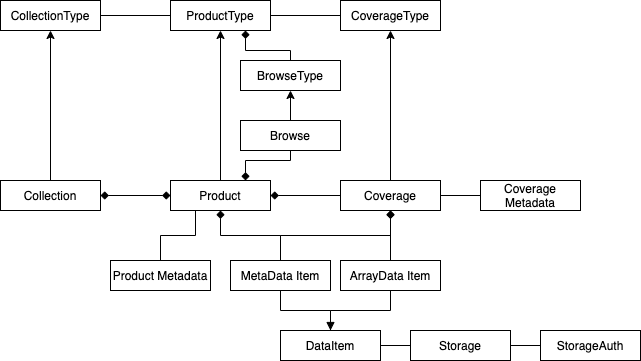
Before: docs/SDD/images/eoepca-rm-da-er.png, a diagram exported from draw.io (EOEPCA/rm-data-access). Source tidied: cells renumbered, new cells last; positions are measured from the earlier drawing's top-left corner, leaving out a move shared by most shapes. Its diagram source:
```xml
<mxGraphModel>
  <root>
    <mxCell id="0" />
    <mxCell id="1" parent="0" />
    <mxCell id="2" style="edgeStyle=entityRelationEdgeStyle;endArrow=ERzeroToMany;startArrow=ERone;endFill=1;startFill=0;" parent="1" edge="1" target="x">
      <mxGeometry relative="1" as="geometry">
        <mxPoint x="300" as="sourcePoint" />
      </mxGeometry>
    </mxCell>
    <mxCell id="3" style="edgeStyle=entityRelationEdgeStyle;endArrow=ERzeroToMany;startArrow=ERone;endFill=1;startFill=0;" parent="1" edge="1" target="x">
      <mxGeometry relative="1" as="geometry">
        <mxPoint x="630" as="sourcePoint" />
      </mxGeometry>
    </mxCell>
    <mxCell id="4" style="edgeStyle=orthogonalEdgeStyle;rounded=0;jettySize=auto;html=1;exitX=0;exitY=0.5;exitDx=0;exitDy=0;entryX=1;entryY=0.5;entryDx=0;entryDy=0;endArrow=diamond;endFill=1;startArrow=diamond;startFill=1;" parent="1" edge="1" source="6" target="12">
      <mxGeometry relative="1" as="geometry" />
    </mxCell>
    <mxCell id="5" style="edgeStyle=orthogonalEdgeStyle;rounded=0;jettySize=auto;html=1;startArrow=classic;startFill=1;endArrow=none;endFill=0;entryX=0.5;entryY=0;entryDx=0;entryDy=0;" parent="1" edge="1" source="21" target="6">
      <mxGeometry relative="1" as="geometry" />
    </mxCell>
    <mxCell id="6" value="Product" style="rounded=0;whiteSpace=wrap;html=1;" parent="1" vertex="1">
      <mxGeometry x="170" y="215" width="100" height="30" as="geometry" />
    </mxCell>
    <mxCell id="7" style="edgeStyle=orthogonalEdgeStyle;rounded=0;jettySize=auto;html=1;exitX=0.5;exitY=0;exitDx=0;exitDy=0;entryX=0.5;entryY=1;entryDx=0;entryDy=0;endArrow=diamond;endFill=1;" parent="1" edge="1" source="14" target="10">
      <mxGeometry relative="1" as="geometry" />
    </mxCell>
    <mxCell id="8" style="edgeStyle=orthogonalEdgeStyle;rounded=0;jettySize=auto;html=1;exitX=0;exitY=0.5;exitDx=0;exitDy=0;entryX=1;entryY=0.5;entryDx=0;entryDy=0;endArrow=diamond;endFill=1;" parent="1" edge="1" source="10" target="6">
      <mxGeometry relative="1" as="geometry" />
    </mxCell>
    <mxCell id="9" style="edgeStyle=orthogonalEdgeStyle;rounded=0;jettySize=auto;html=1;exitX=0.5;exitY=1;exitDx=0;exitDy=0;entryX=0.5;entryY=0;entryDx=0;entryDy=0;startArrow=classic;startFill=1;endArrow=none;endFill=0;" parent="1" edge="1" source="23" target="10">
      <mxGeometry relative="1" as="geometry" />
    </mxCell>
    <mxCell id="10" value="Coverage" style="rounded=0;whiteSpace=wrap;html=1;" parent="1" vertex="1">
      <mxGeometry x="340" y="215" width="100" height="30" as="geometry" />
    </mxCell>
    <mxCell id="11" style="edgeStyle=orthogonalEdgeStyle;rounded=0;jettySize=auto;html=1;exitX=0.5;exitY=1;exitDx=0;exitDy=0;entryX=0.5;entryY=0;entryDx=0;entryDy=0;startArrow=classic;startFill=1;endArrow=none;endFill=0;" parent="1" edge="1" source="24" target="12">
      <mxGeometry relative="1" as="geometry" />
    </mxCell>
    <mxCell id="12" value="Collection" style="rounded=0;whiteSpace=wrap;html=1;" parent="1" vertex="1">
      <mxGeometry y="215" width="100" height="30" as="geometry" />
    </mxCell>
    <mxCell id="13" style="edgeStyle=orthogonalEdgeStyle;rounded=0;jettySize=auto;html=1;exitX=0.5;exitY=1;exitDx=0;exitDy=0;entryX=0.5;entryY=0;entryDx=0;entryDy=0;startArrow=none;startFill=0;endArrow=block;endFill=1;" parent="1" edge="1" source="14" target="34">
      <mxGeometry relative="1" as="geometry" />
    </mxCell>
    <mxCell id="14" value="ArrayData Item" style="rounded=0;whiteSpace=wrap;html=1;" parent="1" vertex="1">
      <mxGeometry x="340" y="295" width="100" height="30" as="geometry" />
    </mxCell>
    <mxCell id="15" style="edgeStyle=orthogonalEdgeStyle;rounded=0;jettySize=auto;html=1;entryX=0.5;entryY=1;entryDx=0;entryDy=0;endArrow=diamond;endFill=1;exitX=0.5;exitY=0;exitDx=0;exitDy=0;" parent="1" edge="1" source="18" target="10">
      <mxGeometry relative="1" as="geometry" />
    </mxCell>
    <mxCell id="16" style="edgeStyle=orthogonalEdgeStyle;rounded=0;jettySize=auto;html=1;exitX=0.5;exitY=0;exitDx=0;exitDy=0;entryX=0.5;entryY=1;entryDx=0;entryDy=0;endArrow=diamond;endFill=1;" parent="1" edge="1" source="18" target="6">
      <mxGeometry relative="1" as="geometry" />
    </mxCell>
    <mxCell id="17" style="edgeStyle=orthogonalEdgeStyle;rounded=0;jettySize=auto;html=1;exitX=0.5;exitY=1;exitDx=0;exitDy=0;startArrow=none;startFill=0;endArrow=none;endFill=0;" parent="1" edge="1" source="18">
      <mxGeometry relative="1" as="geometry">
        <mxPoint x="330" y="365" as="targetPoint" />
      </mxGeometry>
    </mxCell>
    <mxCell id="18" value="MetaData Item" style="rounded=0;whiteSpace=wrap;html=1;" parent="1" vertex="1">
      <mxGeometry x="230" y="295" width="100" height="30" as="geometry" />
    </mxCell>
    <mxCell id="19" style="edgeStyle=orthogonalEdgeStyle;rounded=0;jettySize=auto;html=1;exitX=0;exitY=0.5;exitDx=0;exitDy=0;entryX=1;entryY=0.5;entryDx=0;entryDy=0;startArrow=none;startFill=0;endArrow=none;endFill=0;" parent="1" edge="1" source="21" target="24">
      <mxGeometry relative="1" as="geometry" />
    </mxCell>
    <mxCell id="20" style="edgeStyle=orthogonalEdgeStyle;rounded=0;jettySize=auto;html=1;exitX=0.75;exitY=1;exitDx=0;exitDy=0;entryX=0.5;entryY=0;entryDx=0;entryDy=0;startArrow=diamond;startFill=1;endArrow=none;endFill=0;" parent="1" edge="1" source="21" target="28">
      <mxGeometry relative="1" as="geometry" />
    </mxCell>
    <mxCell id="21" value="ProductType" style="rounded=0;whiteSpace=wrap;html=1;" parent="1" vertex="1">
      <mxGeometry x="170" y="35" width="100" height="30" as="geometry" />
    </mxCell>
    <mxCell id="22" style="edgeStyle=orthogonalEdgeStyle;rounded=0;jettySize=auto;html=1;exitX=0;exitY=0.5;exitDx=0;exitDy=0;entryX=1;entryY=0.5;entryDx=0;entryDy=0;startArrow=none;startFill=0;endArrow=none;endFill=0;" parent="1" edge="1" source="23" target="21">
      <mxGeometry relative="1" as="geometry" />
    </mxCell>
    <mxCell id="23" value="CoverageType" style="rounded=0;whiteSpace=wrap;html=1;" parent="1" vertex="1">
      <mxGeometry x="340" y="35" width="100" height="30" as="geometry" />
    </mxCell>
    <mxCell id="24" value="CollectionType" style="rounded=0;whiteSpace=wrap;html=1;" parent="1" vertex="1">
      <mxGeometry y="35" width="100" height="30" as="geometry" />
    </mxCell>
    <mxCell id="25" style="edgeStyle=orthogonalEdgeStyle;rounded=0;jettySize=auto;html=1;exitX=0.5;exitY=1;exitDx=0;exitDy=0;entryX=0.5;entryY=0;entryDx=0;entryDy=0;startArrow=classic;startFill=1;endArrow=none;endFill=0;" parent="1" edge="1" source="28" target="27">
      <mxGeometry relative="1" as="geometry" />
    </mxCell>
    <mxCell id="26" style="edgeStyle=orthogonalEdgeStyle;rounded=0;jettySize=auto;html=1;exitX=0.75;exitY=0;exitDx=0;exitDy=0;entryX=0.5;entryY=1;entryDx=0;entryDy=0;startArrow=diamond;startFill=1;endArrow=none;endFill=0;" parent="1" edge="1" source="6" target="27">
      <mxGeometry relative="1" as="geometry" />
    </mxCell>
    <mxCell id="27" value="Browse" style="rounded=0;whiteSpace=wrap;html=1;" parent="1" vertex="1">
      <mxGeometry x="240" y="155" width="100" height="30" as="geometry" />
    </mxCell>
    <mxCell id="28" value="BrowseType" style="rounded=0;whiteSpace=wrap;html=1;" parent="1" vertex="1">
      <mxGeometry x="240" y="95" width="100" height="30" as="geometry" />
    </mxCell>
    <mxCell id="29" style="edgeStyle=orthogonalEdgeStyle;rounded=0;jettySize=auto;html=1;exitX=0;exitY=0.5;exitDx=0;exitDy=0;entryX=1;entryY=0.5;entryDx=0;entryDy=0;startArrow=none;startFill=0;endArrow=none;endFill=0;" parent="1" edge="1" source="30" target="10">
      <mxGeometry relative="1" as="geometry" />
    </mxCell>
    <mxCell id="30" value="Coverage Metadata" style="rounded=0;whiteSpace=wrap;html=1;" parent="1" vertex="1">
      <mxGeometry x="480" y="215" width="100" height="30" as="geometry" />
    </mxCell>
    <mxCell id="31" style="edgeStyle=orthogonalEdgeStyle;rounded=0;jettySize=auto;html=1;exitX=0.5;exitY=0;exitDx=0;exitDy=0;entryX=0.25;entryY=1;entryDx=0;entryDy=0;startArrow=none;startFill=0;endArrow=none;endFill=0;" parent="1" edge="1" source="32" target="6">
      <mxGeometry relative="1" as="geometry" />
    </mxCell>
    <mxCell id="32" value="Product Metadata" style="rounded=0;whiteSpace=wrap;html=1;" parent="1" vertex="1">
      <mxGeometry x="110" y="295" width="100" height="30" as="geometry" />
    </mxCell>
    <mxCell id="33" style="edgeStyle=orthogonalEdgeStyle;rounded=0;jettySize=auto;html=1;exitX=1;exitY=0.5;exitDx=0;exitDy=0;entryX=0;entryY=0.5;entryDx=0;entryDy=0;startArrow=none;startFill=0;endArrow=none;endFill=0;" parent="1" edge="1" source="34" target="36">
      <mxGeometry relative="1" as="geometry" />
    </mxCell>
    <mxCell id="34" value="DataItem" style="rounded=0;whiteSpace=wrap;html=1;" parent="1" vertex="1">
      <mxGeometry x="280" y="365" width="100" height="30" as="geometry" />
    </mxCell>
    <mxCell id="35" style="edgeStyle=orthogonalEdgeStyle;rounded=0;jettySize=auto;html=1;exitX=1;exitY=0.5;exitDx=0;exitDy=0;entryX=0;entryY=0.5;entryDx=0;entryDy=0;startArrow=none;startFill=0;endArrow=none;endFill=0;" parent="1" edge="1" source="36" target="37">
      <mxGeometry relative="1" as="geometry" />
    </mxCell>
    <mxCell id="36" value="Storage" style="rounded=0;whiteSpace=wrap;html=1;" parent="1" vertex="1">
      <mxGeometry x="410" y="365" width="100" height="30" as="geometry" />
    </mxCell>
    <mxCell id="37" value="StorageAuth" style="rounded=0;whiteSpace=wrap;html=1;" parent="1" vertex="1">
      <mxGeometry x="540" y="365" width="100" height="30" as="geometry" />
    </mxCell>
  </root>
</mxGraphModel>
```
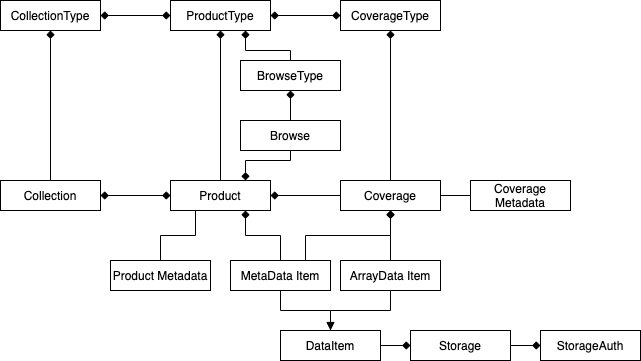
Later version of the same file.

Diff of the diagram source:
```diff
@@ -15,7 +15,7 @@
     <mxCell id="4" style="edgeStyle=orthogonalEdgeStyle;rounded=0;jettySize=auto;html=1;exitX=0;exitY=0.5;exitDx=0;exitDy=0;entryX=1;entryY=0.5;entryDx=0;entryDy=0;endArrow=diamond;endFill=1;startArrow=diamond;startFill=1;" parent="1" edge="1" source="6" target="12">
       <mxGeometry relative="1" as="geometry" />
     </mxCell>
-    <mxCell id="5" style="edgeStyle=orthogonalEdgeStyle;rounded=0;jettySize=auto;html=1;startArrow=classic;startFill=1;endArrow=none;endFill=0;entryX=0.5;entryY=0;entryDx=0;entryDy=0;" parent="1" edge="1" source="21" target="6">
+    <mxCell id="5" style="edgeStyle=orthogonalEdgeStyle;rounded=0;jettySize=auto;html=1;startArrow=diamond;startFill=1;endArrow=none;endFill=0;entryX=0.5;entryY=0;entryDx=0;entryDy=0;" parent="1" edge="1" source="21" target="6">
       <mxGeometry relative="1" as="geometry" />
     </mxCell>
     <mxCell id="6" value="Product" style="rounded=0;whiteSpace=wrap;html=1;" parent="1" vertex="1">
@@ -27,13 +27,13 @@
     <mxCell id="8" style="edgeStyle=orthogonalEdgeStyle;rounded=0;jettySize=auto;html=1;exitX=0;exitY=0.5;exitDx=0;exitDy=0;entryX=1;entryY=0.5;entryDx=0;entryDy=0;endArrow=diamond;endFill=1;" parent="1" edge="1" source="10" target="6">
       <mxGeometry relative="1" as="geometry" />
     </mxCell>
-    <mxCell id="9" style="edgeStyle=orthogonalEdgeStyle;rounded=0;jettySize=auto;html=1;exitX=0.5;exitY=1;exitDx=0;exitDy=0;entryX=0.5;entryY=0;entryDx=0;entryDy=0;startArrow=classic;startFill=1;endArrow=none;endFill=0;" parent="1" edge="1" source="23" target="10">
+    <mxCell id="9" style="edgeStyle=orthogonalEdgeStyle;rounded=0;jettySize=auto;html=1;exitX=0.5;exitY=1;exitDx=0;exitDy=0;entryX=0.5;entryY=0;entryDx=0;entryDy=0;startArrow=diamond;startFill=1;endArrow=none;endFill=0;" parent="1" edge="1" source="23" target="10">
       <mxGeometry relative="1" as="geometry" />
     </mxCell>
     <mxCell id="10" value="Coverage" style="rounded=0;whiteSpace=wrap;html=1;" parent="1" vertex="1">
       <mxGeometry x="340" y="215" width="100" height="30" as="geometry" />
     </mxCell>
-    <mxCell id="11" style="edgeStyle=orthogonalEdgeStyle;rounded=0;jettySize=auto;html=1;exitX=0.5;exitY=1;exitDx=0;exitDy=0;entryX=0.5;entryY=0;entryDx=0;entryDy=0;startArrow=classic;startFill=1;endArrow=none;endFill=0;" parent="1" edge="1" source="24" target="12">
+    <mxCell id="11" style="edgeStyle=orthogonalEdgeStyle;rounded=0;jettySize=auto;html=1;exitX=0.5;exitY=1;exitDx=0;exitDy=0;entryX=0.5;entryY=0;entryDx=0;entryDy=0;startArrow=diamond;startFill=1;endArrow=none;endFill=0;" parent="1" edge="1" source="24" target="12">
       <mxGeometry relative="1" as="geometry" />
     </mxCell>
     <mxCell id="12" value="Collection" style="rounded=0;whiteSpace=wrap;html=1;" parent="1" vertex="1">
@@ -45,10 +45,10 @@
     <mxCell id="14" value="ArrayData Item" style="rounded=0;whiteSpace=wrap;html=1;" parent="1" vertex="1">
       <mxGeometry x="340" y="295" width="100" height="30" as="geometry" />
     </mxCell>
-    <mxCell id="15" style="edgeStyle=orthogonalEdgeStyle;rounded=0;jettySize=auto;html=1;entryX=0.5;entryY=1;entryDx=0;entryDy=0;endArrow=diamond;endFill=1;exitX=0.5;exitY=0;exitDx=0;exitDy=0;" parent="1" edge="1" source="18" target="10">
+    <mxCell id="15" style="edgeStyle=orthogonalEdgeStyle;rounded=0;jettySize=auto;html=1;entryX=0.5;entryY=1;entryDx=0;entryDy=0;endArrow=diamond;endFill=1;exitX=0.75;exitY=0;exitDx=0;exitDy=0;" parent="1" edge="1" source="18" target="10">
       <mxGeometry relative="1" as="geometry" />
     </mxCell>
-    <mxCell id="16" style="edgeStyle=orthogonalEdgeStyle;rounded=0;jettySize=auto;html=1;exitX=0.5;exitY=0;exitDx=0;exitDy=0;entryX=0.5;entryY=1;entryDx=0;entryDy=0;endArrow=diamond;endFill=1;" parent="1" edge="1" source="18" target="6">
+    <mxCell id="16" style="edgeStyle=orthogonalEdgeStyle;rounded=0;jettySize=auto;html=1;exitX=0.5;exitY=0;exitDx=0;exitDy=0;entryX=0.75;entryY=1;entryDx=0;entryDy=0;endArrow=diamond;endFill=1;" parent="1" edge="1" source="18" target="6">
       <mxGeometry relative="1" as="geometry" />
     </mxCell>
     <mxCell id="17" style="edgeStyle=orthogonalEdgeStyle;rounded=0;jettySize=auto;html=1;exitX=0.5;exitY=1;exitDx=0;exitDy=0;startArrow=none;startFill=0;endArrow=none;endFill=0;" parent="1" edge="1" source="18">
@@ -59,7 +59,7 @@
     <mxCell id="18" value="MetaData Item" style="rounded=0;whiteSpace=wrap;html=1;" parent="1" vertex="1">
       <mxGeometry x="230" y="295" width="100" height="30" as="geometry" />
     </mxCell>
-    <mxCell id="19" style="edgeStyle=orthogonalEdgeStyle;rounded=0;jettySize=auto;html=1;exitX=0;exitY=0.5;exitDx=0;exitDy=0;entryX=1;entryY=0.5;entryDx=0;entryDy=0;startArrow=none;startFill=0;endArrow=none;endFill=0;" parent="1" edge="1" source="21" target="24">
+    <mxCell id="19" style="edgeStyle=orthogonalEdgeStyle;rounded=0;jettySize=auto;html=1;exitX=0;exitY=0.5;exitDx=0;exitDy=0;entryX=1;entryY=0.5;entryDx=0;entryDy=0;startArrow=diamond;startFill=1;endArrow=diamond;endFill=1;" parent="1" edge="1" source="21" target="24">
       <mxGeometry relative="1" as="geometry" />
     </mxCell>
     <mxCell id="20" style="edgeStyle=orthogonalEdgeStyle;rounded=0;jettySize=auto;html=1;exitX=0.75;exitY=1;exitDx=0;exitDy=0;entryX=0.5;entryY=0;entryDx=0;entryDy=0;startArrow=diamond;startFill=1;endArrow=none;endFill=0;" parent="1" edge="1" source="21" target="28">
@@ -68,7 +68,7 @@
     <mxCell id="21" value="ProductType" style="rounded=0;whiteSpace=wrap;html=1;" parent="1" vertex="1">
       <mxGeometry x="170" y="35" width="100" height="30" as="geometry" />
     </mxCell>
-    <mxCell id="22" style="edgeStyle=orthogonalEdgeStyle;rounded=0;jettySize=auto;html=1;exitX=0;exitY=0.5;exitDx=0;exitDy=0;entryX=1;entryY=0.5;entryDx=0;entryDy=0;startArrow=none;startFill=0;endArrow=none;endFill=0;" parent="1" edge="1" source="23" target="21">
+    <mxCell id="22" style="edgeStyle=orthogonalEdgeStyle;rounded=0;jettySize=auto;html=1;exitX=0;exitY=0.5;exitDx=0;exitDy=0;entryX=1;entryY=0.5;entryDx=0;entryDy=0;startArrow=diamond;startFill=1;endArrow=diamond;endFill=1;" parent="1" edge="1" source="23" target="21">
       <mxGeometry relative="1" as="geometry" />
     </mxCell>
     <mxCell id="23" value="CoverageType" style="rounded=0;whiteSpace=wrap;html=1;" parent="1" vertex="1">
@@ -77,7 +77,7 @@
     <mxCell id="24" value="CollectionType" style="rounded=0;whiteSpace=wrap;html=1;" parent="1" vertex="1">
       <mxGeometry y="35" width="100" height="30" as="geometry" />
     </mxCell>
-    <mxCell id="25" style="edgeStyle=orthogonalEdgeStyle;rounded=0;jettySize=auto;html=1;exitX=0.5;exitY=1;exitDx=0;exitDy=0;entryX=0.5;entryY=0;entryDx=0;entryDy=0;startArrow=classic;startFill=1;endArrow=none;endFill=0;" parent="1" edge="1" source="28" target="27">
+    <mxCell id="25" style="edgeStyle=orthogonalEdgeStyle;rounded=0;jettySize=auto;html=1;exitX=0.5;exitY=1;exitDx=0;exitDy=0;entryX=0.5;entryY=0;entryDx=0;entryDy=0;startArrow=diamond;startFill=1;endArrow=none;endFill=0;" parent="1" edge="1" source="28" target="27">
       <mxGeometry relative="1" as="geometry" />
     </mxCell>
     <mxCell id="26" style="edgeStyle=orthogonalEdgeStyle;rounded=0;jettySize=auto;html=1;exitX=0.75;exitY=0;exitDx=0;exitDy=0;entryX=0.5;entryY=1;entryDx=0;entryDy=0;startArrow=diamond;startFill=1;endArrow=none;endFill=0;" parent="1" edge="1" source="6" target="27">
@@ -93,7 +93,7 @@
       <mxGeometry relative="1" as="geometry" />
     </mxCell>
     <mxCell id="30" value="Coverage Metadata" style="rounded=0;whiteSpace=wrap;html=1;" parent="1" vertex="1">
-      <mxGeometry x="480" y="215" width="100" height="30" as="geometry" />
+      <mxGeometry x="470" y="215" width="100" height="30" as="geometry" />
     </mxCell>
     <mxCell id="31" style="edgeStyle=orthogonalEdgeStyle;rounded=0;jettySize=auto;html=1;exitX=0.5;exitY=0;exitDx=0;exitDy=0;entryX=0.25;entryY=1;entryDx=0;entryDy=0;startArrow=none;startFill=0;endArrow=none;endFill=0;" parent="1" edge="1" source="32" target="6">
       <mxGeometry relative="1" as="geometry" />
@@ -101,13 +101,13 @@
     <mxCell id="32" value="Product Metadata" style="rounded=0;whiteSpace=wrap;html=1;" parent="1" vertex="1">
       <mxGeometry x="110" y="295" width="100" height="30" as="geometry" />
     </mxCell>
-    <mxCell id="33" style="edgeStyle=orthogonalEdgeStyle;rounded=0;jettySize=auto;html=1;exitX=1;exitY=0.5;exitDx=0;exitDy=0;entryX=0;entryY=0.5;entryDx=0;entryDy=0;startArrow=none;startFill=0;endArrow=none;endFill=0;" parent="1" edge="1" source="34" target="36">
+    <mxCell id="33" style="edgeStyle=orthogonalEdgeStyle;rounded=0;jettySize=auto;html=1;exitX=1;exitY=0.5;exitDx=0;exitDy=0;entryX=0;entryY=0.5;entryDx=0;entryDy=0;startArrow=none;startFill=0;endArrow=diamond;endFill=1;" parent="1" edge="1" source="34" target="36">
       <mxGeometry relative="1" as="geometry" />
     </mxCell>
     <mxCell id="34" value="DataItem" style="rounded=0;whiteSpace=wrap;html=1;" parent="1" vertex="1">
       <mxGeometry x="280" y="365" width="100" height="30" as="geometry" />
     </mxCell>
-    <mxCell id="35" style="edgeStyle=orthogonalEdgeStyle;rounded=0;jettySize=auto;html=1;exitX=1;exitY=0.5;exitDx=0;exitDy=0;entryX=0;entryY=0.5;entryDx=0;entryDy=0;startArrow=none;startFill=0;endArrow=none;endFill=0;" parent="1" edge="1" source="36" target="37">
+    <mxCell id="35" style="edgeStyle=orthogonalEdgeStyle;rounded=0;jettySize=auto;html=1;exitX=1;exitY=0.5;exitDx=0;exitDy=0;entryX=0;entryY=0.5;entryDx=0;entryDy=0;startArrow=none;startFill=0;endArrow=diamond;endFill=1;" parent="1" edge="1" source="36" target="37">
       <mxGeometry relative="1" as="geometry" />
     </mxCell>
     <mxCell id="36" value="Storage" style="rounded=0;whiteSpace=wrap;html=1;" parent="1" vertex="1">
```
